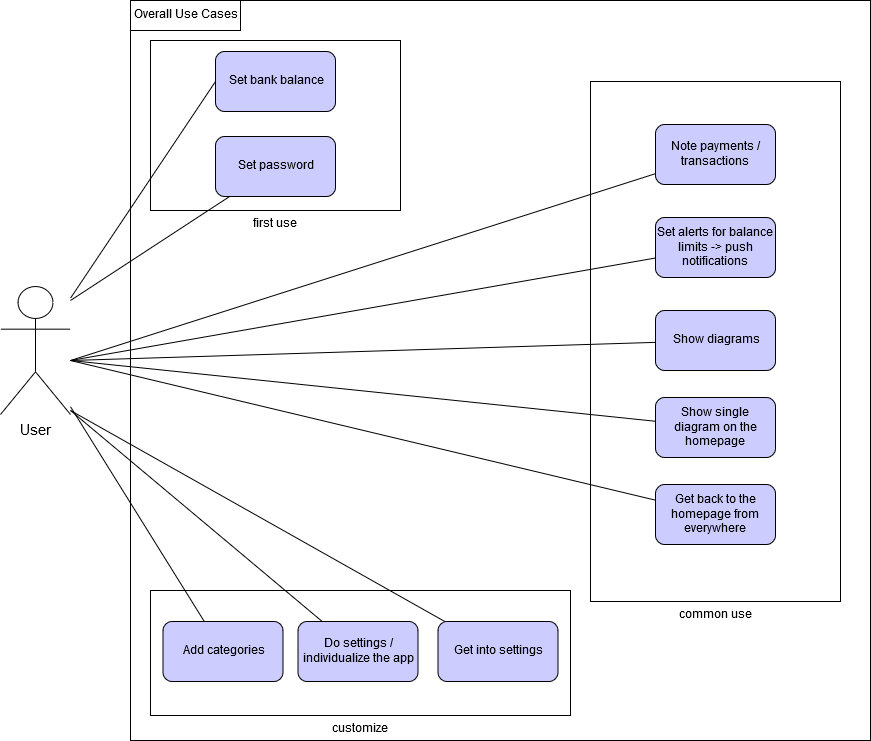
Earlier version of the draw.io export OverallUsecases.png (leumas244/easyFinance-SoftwareEngeneering). Source tidied: cells renumbered, new cells last; positions are measured from the earlier drawing's top-left corner, leaving out a move shared by most shapes.
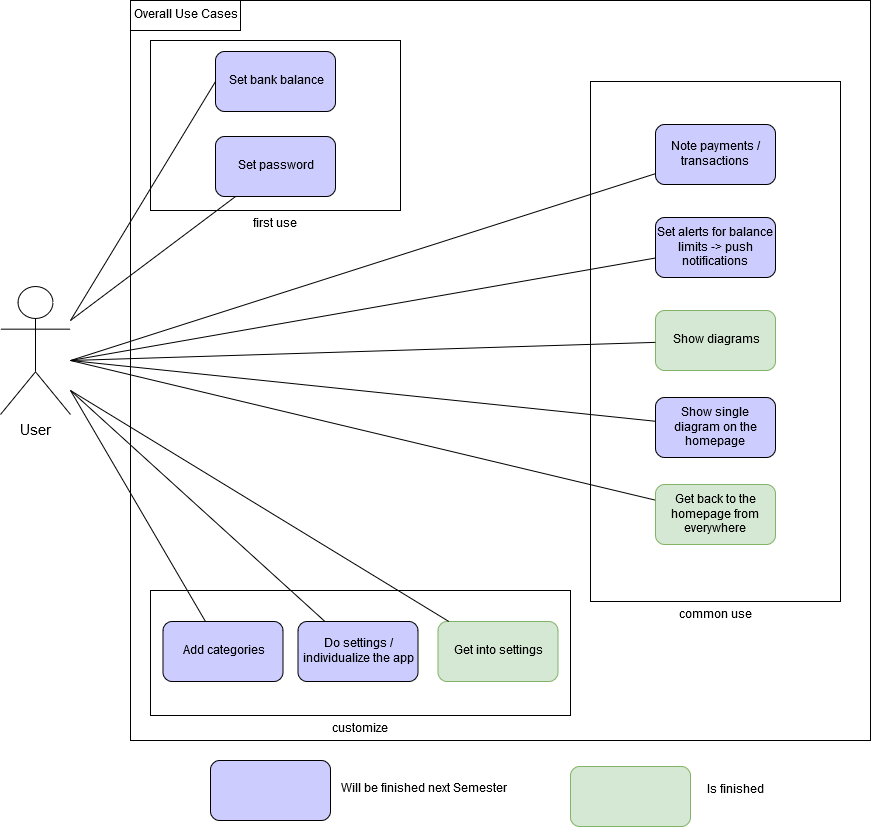
Later version of the same file.

Diff of the diagram source:
```diff
@@ -32,16 +32,16 @@
     <mxCell id="11" value="Set alerts for balance limits -&amp;gt; push notifications" style="rounded=1;whiteSpace=wrap;html=1;strokeColor=#000000;fillColor=#CCCCFF;" parent="1" vertex="1">
       <mxGeometry x="655" y="217" width="120" height="60" as="geometry" />
     </mxCell>
-    <mxCell id="12" value="Show diagrams" style="rounded=1;whiteSpace=wrap;html=1;strokeColor=#000000;fillColor=#CCCCFF;" parent="1" vertex="1">
+    <mxCell id="12" value="Show diagrams" style="rounded=1;whiteSpace=wrap;html=1;strokeColor=#82b366;fillColor=#d5e8d4;" parent="1" vertex="1">
       <mxGeometry x="655" y="310" width="120" height="60" as="geometry" />
     </mxCell>
     <mxCell id="13" value="Show single diagram on the homepage" style="rounded=1;whiteSpace=wrap;html=1;strokeColor=#000000;fillColor=#CCCCFF;" parent="1" vertex="1">
       <mxGeometry x="655" y="397" width="120" height="60" as="geometry" />
     </mxCell>
-    <mxCell id="14" value="Get back to the homepage from everywhere" style="rounded=1;whiteSpace=wrap;html=1;strokeColor=#000000;fillColor=#CCCCFF;" parent="1" vertex="1">
+    <mxCell id="14" value="Get back to the homepage from everywhere" style="rounded=1;whiteSpace=wrap;html=1;strokeColor=#82b366;fillColor=#d5e8d4;" parent="1" vertex="1">
       <mxGeometry x="655" y="484" width="120" height="60" as="geometry" />
     </mxCell>
-    <mxCell id="15" value="Get into settings" style="rounded=1;whiteSpace=wrap;html=1;strokeColor=#000000;fillColor=#CCCCFF;" parent="1" vertex="1">
+    <mxCell id="15" value="Get into settings" style="rounded=1;whiteSpace=wrap;html=1;strokeColor=#82b366;fillColor=#d5e8d4;" parent="1" vertex="1">
       <mxGeometry x="437.5" y="621" width="120" height="60" as="geometry" />
     </mxCell>
     <mxCell id="16" value="Do settings / individualize the app" style="rounded=1;whiteSpace=wrap;html=1;strokeColor=#000000;fillColor=#CCCCFF;" parent="1" vertex="1">
@@ -50,20 +50,24 @@
     <mxCell id="17" value="Set password" style="rounded=1;whiteSpace=wrap;html=1;strokeColor=#000000;fillColor=#CCCCFF;" parent="1" vertex="1">
       <mxGeometry x="215" y="136" width="120" height="60" as="geometry" />
     </mxCell>
-    <mxCell id="18" style="endArrow=none;html=1;entryX=0;entryY=0.5;entryDx=0;entryDy=0;" parent="1" edge="1" source="6" target="7">
-      <mxGeometry relative="1" as="geometry" />
+    <mxCell id="18" style="endArrow=none;html=1;entryX=0;entryY=0.5;entryDx=0;entryDy=0;" parent="1" edge="1" target="7">
+      <mxGeometry relative="1" as="geometry">
+        <mxPoint x="70" y="320" as="sourcePoint" />
+      </mxGeometry>
     </mxCell>
     <mxCell id="19" style="endArrow=none;html=1;" parent="1" edge="1" target="10">
       <mxGeometry relative="1" as="geometry">
         <mxPoint x="70" y="360" as="sourcePoint" />
       </mxGeometry>
     </mxCell>
-    <mxCell id="20" style="endArrow=none;html=1;" parent="1" edge="1" source="6" target="9">
-      <mxGeometry relative="1" as="geometry" />
+    <mxCell id="20" style="endArrow=none;html=1;" parent="1" edge="1" target="9">
+      <mxGeometry relative="1" as="geometry">
+        <mxPoint x="70" y="390" as="sourcePoint" />
+      </mxGeometry>
     </mxCell>
     <mxCell id="21" style="endArrow=none;html=1;" parent="1" edge="1" source="17">
       <mxGeometry relative="1" as="geometry">
-        <mxPoint x="70" y="300" as="targetPoint" />
+        <mxPoint x="70" y="320" as="targetPoint" />
       </mxGeometry>
     </mxCell>
     <mxCell id="22" style="endArrow=none;html=1;" parent="1" edge="1" source="11">
@@ -88,13 +92,25 @@
     </mxCell>
     <mxCell id="26" style="endArrow=none;html=1;" parent="1" edge="1" source="15">
       <mxGeometry relative="1" as="geometry">
-        <mxPoint x="70" y="410" as="targetPoint" />
+        <mxPoint x="70" y="390" as="targetPoint" />
       </mxGeometry>
     </mxCell>
     <mxCell id="27" style="endArrow=none;html=1;" parent="1" edge="1" source="16">
       <mxGeometry relative="1" as="geometry">
-        <mxPoint x="70" y="410" as="targetPoint" />
+        <mxPoint x="70" y="390" as="targetPoint" />
       </mxGeometry>
     </mxCell>
+    <mxCell id="28" style="rounded=1;whiteSpace=wrap;html=1;fillColor=#CCCCFF;strokeColor=#000000;" parent="1" vertex="1">
+      <mxGeometry x="210" y="760" width="120" height="60" as="geometry" />
+    </mxCell>
+    <mxCell id="29" style="rounded=1;whiteSpace=wrap;html=1;fillColor=#d5e8d4;strokeColor=#82b366;" parent="1" vertex="1">
+      <mxGeometry x="570" y="766" width="120" height="60" as="geometry" />
+    </mxCell>
+    <mxCell id="30" value="&lt;div&gt;Will be finished next Semester&lt;/div&gt;&lt;div&gt;&lt;br&gt;&lt;/div&gt;" style="text;html=1;align=center;verticalAlign=middle;" parent="1" vertex="1">
+      <mxGeometry x="334" y="781" width="180" height="30" as="geometry" />
+    </mxCell>
+    <mxCell id="31" value="&lt;div&gt;Is finished&lt;/div&gt;" style="text;html=1;align=center;verticalAlign=middle;" parent="1" vertex="1">
+      <mxGeometry x="700" y="780" width="70" height="20" as="geometry" />
+    </mxCell>
   </root>
 </mxGraphModel>
```
